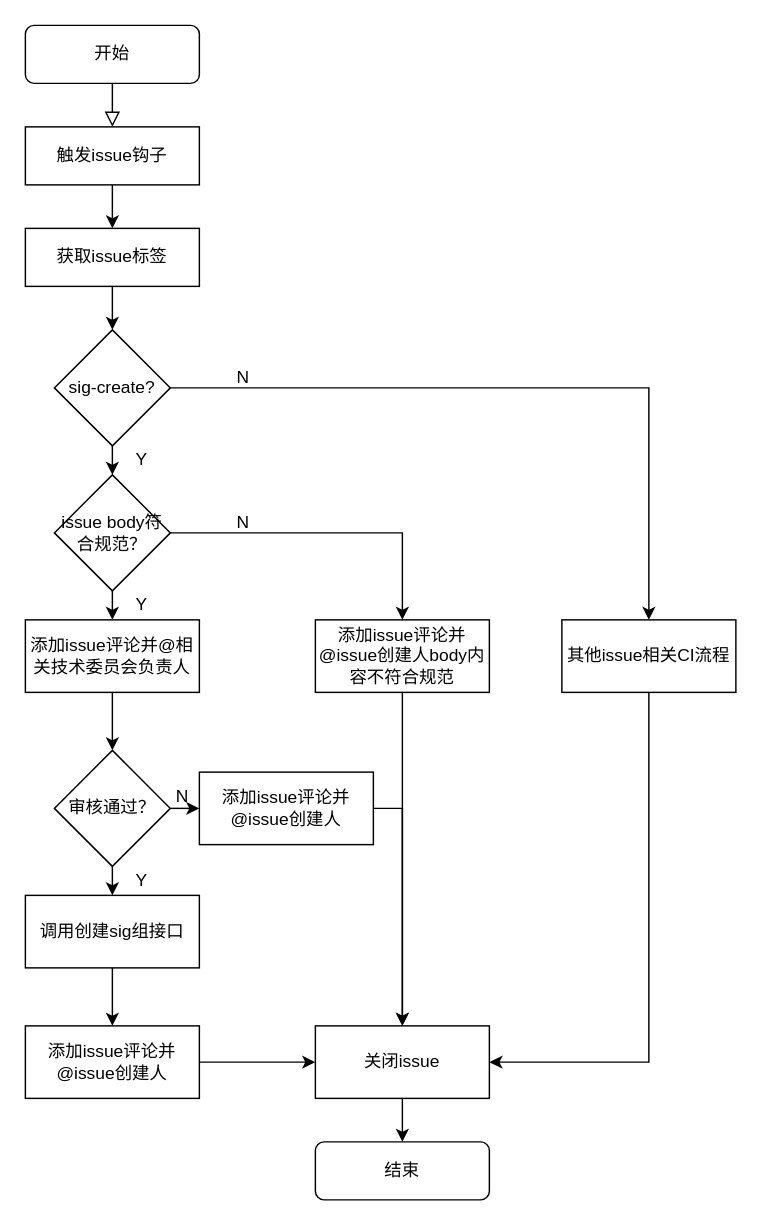
This is Untitled Diagram.drawio from weijiang1994/draw-io, a draw.io file, before an edit. Source tidied: cells renumbered, new cells numbered last; positions are measured from the earlier drawing's top-left corner, leaving out a move shared by most shapes. Both pictures are drawn from the tidied source at 145%, with x=0, y=0 at pixel (25, 25).
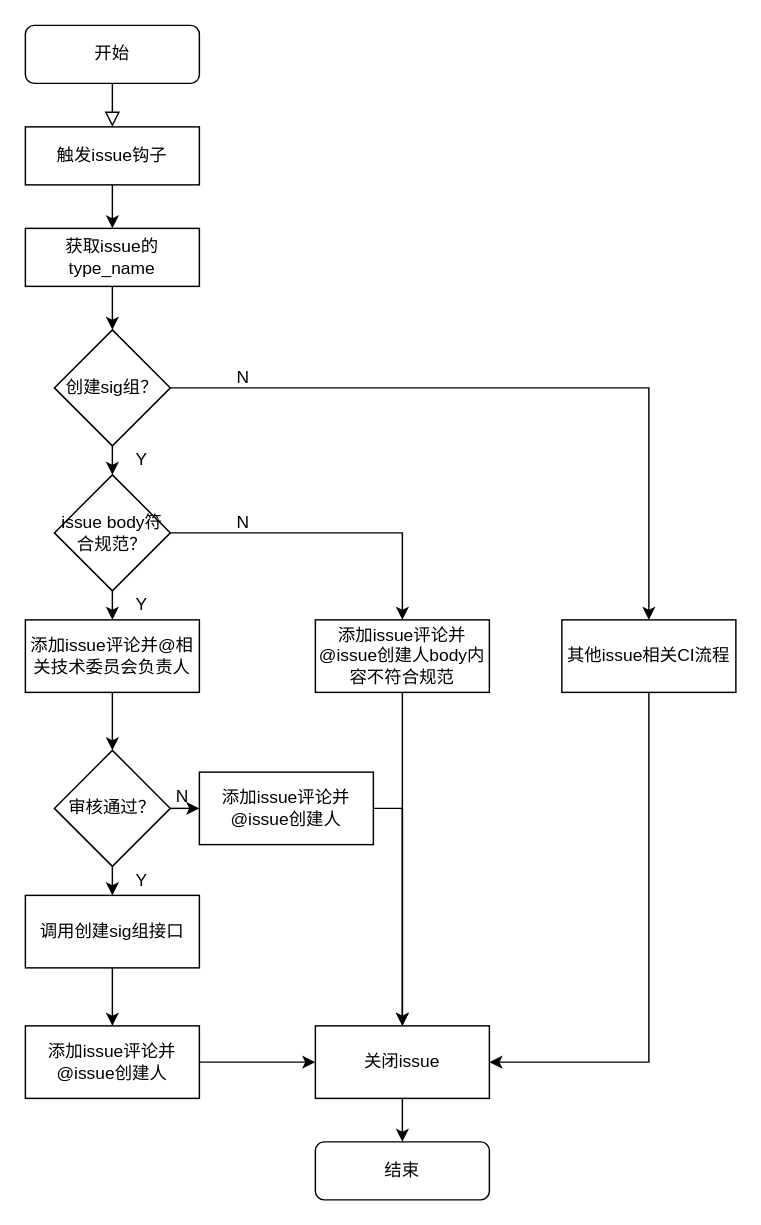
Above is the later version.

Diff of the diagram source:
```diff
@@
-    <mxCell id="7" value="获取issue标签" style="rounded=0;whiteSpace=wrap;html=1;" parent="1" vertex="1">
+    <mxCell id="7" value="获取issue的type_name" style="rounded=0;whiteSpace=wrap;html=1;" parent="1" vertex="1">
       <mxGeometry y="140" width="120" height="40" as="geometry" />
     </mxCell>
@@
-    <mxCell id="10" value="sig-create?" style="rhombus;whiteSpace=wrap;html=1;" parent="1" vertex="1">
+    <mxCell id="10" value="创建sig组？" style="rhombus;whiteSpace=wrap;html=1;" parent="1" vertex="1">
       <mxGeometry x="20" y="210" width="80" height="80" as="geometry" />
     </mxCell>
```
